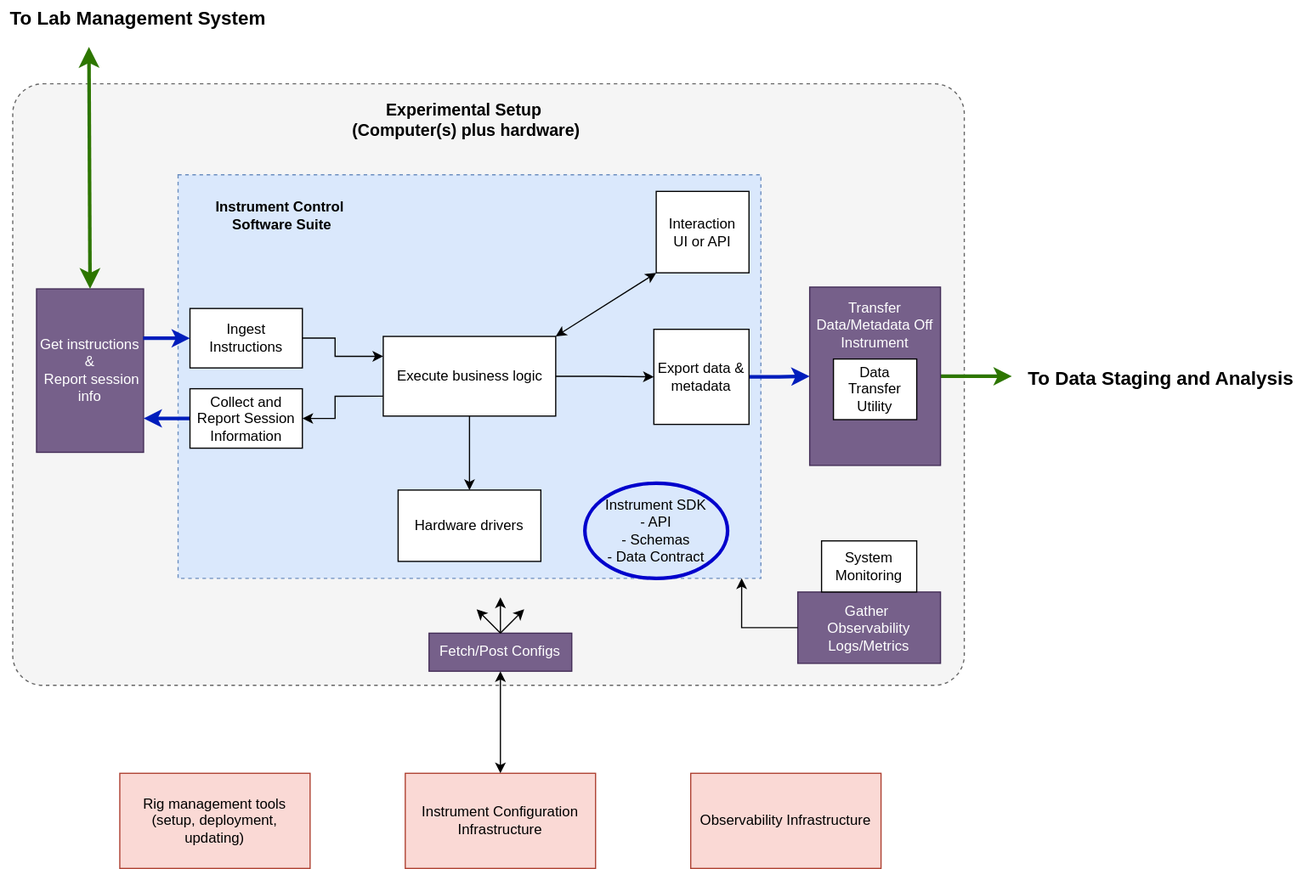
This is docs/source/diagrams/mid_level/sipe_instrument.drawio.svg from AllenNeuralDynamics/aind-software-docs, a draw.io export, as it was before one commit. Source tidied: cells renumbered, new cells last; positions are measured from the earlier drawing's top-left corner, leaving out a move shared by most shapes.
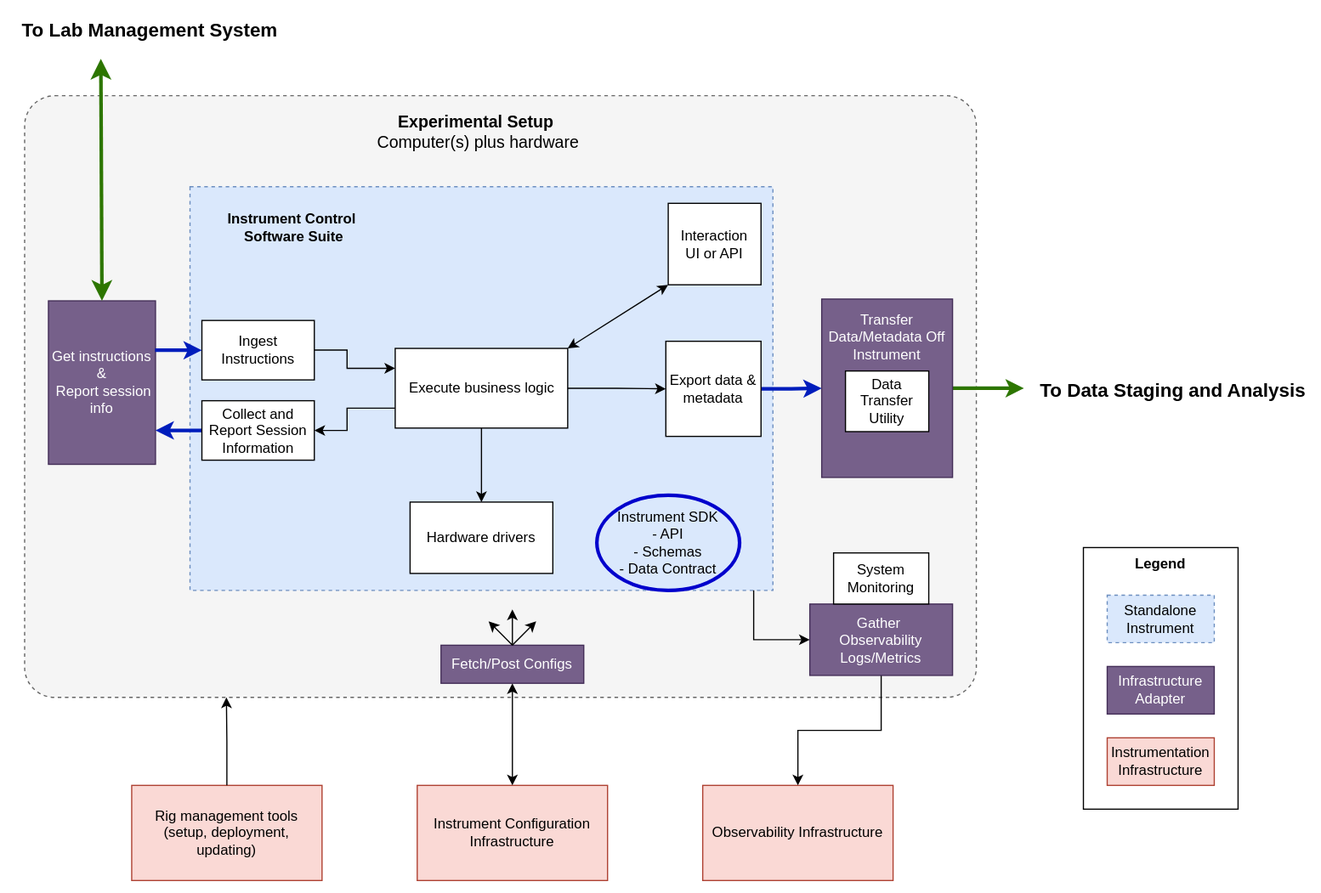
After the commit.

Commit message:
Add arrows and legend

Change to the diagram source:
```diff
@@ -61,6 +61,9 @@
     <mxCell id="17" value="Export data &amp;amp; metadata" style="whiteSpace=wrap;html=1;strokeWidth=1;" parent="1" vertex="1">
       <mxGeometry x="549" y="276.5" width="80" height="80" as="geometry" />
     </mxCell>
+    <mxCell id="41" style="edgeStyle=orthogonalEdgeStyle;rounded=0;jettySize=auto;html=1;entryX=0.5;entryY=0;entryDx=0;entryDy=0;" parent="1" edge="1" source="18" target="5">
+      <mxGeometry relative="1" as="geometry" />
+    </mxCell>
     <mxCell id="18" value="Gather&amp;nbsp;&lt;div&gt;Observability&lt;/div&gt;&lt;div&gt;Logs/Metrics&lt;/div&gt;" style="rounded=0;whiteSpace=wrap;html=1;fillColor=#76608a;fontColor=#ffffff;strokeColor=#432D57;" parent="1" vertex="1">
       <mxGeometry x="670" y="497.5" width="120" height="60" as="geometry" />
     </mxCell>
@@ -75,8 +78,8 @@
     <mxCell id="21" value="System Monitoring" style="rounded=0;whiteSpace=wrap;html=1;" parent="1" vertex="1">
       <mxGeometry x="690" y="454.5" width="80" height="43" as="geometry" />
     </mxCell>
-    <mxCell id="22" value="Experimental Setup&amp;nbsp;&lt;div style=&quot;font-size: 14px;&quot;&gt;(Computer(s) plus hardware)&lt;/div&gt;" style="text;html=1;align=center;verticalAlign=middle;strokeColor=none;fillColor=none;fontSize=14;fontStyle=1;" parent="1" vertex="1">
-      <mxGeometry x="291" y="75" width="200" height="50" as="geometry" />
+    <mxCell id="22" value="Experimental Setup&amp;nbsp;&lt;div style=&quot;font-size: 14px;&quot;&gt;&lt;span style=&quot;font-weight: normal;&quot;&gt;Computer(s) plus hardware&lt;/span&gt;&lt;/div&gt;" style="text;html=1;align=center;verticalAlign=middle;strokeColor=none;fillColor=none;fontSize=14;fontStyle=1;" parent="1" vertex="1">
+      <mxGeometry x="296" y="75" width="190" height="50" as="geometry" />
     </mxCell>
     <mxCell id="23" style="group;fillColor=none;" parent="1" vertex="1">
       <mxGeometry x="680" y="251" width="122.6" height="140" as="geometry" />
@@ -140,8 +143,23 @@
         <mxPoint x="40" y="10" as="targetPoint" />
       </mxGeometry>
     </mxCell>
-    <mxCell id="40" style="edgeStyle=orthogonalEdgeStyle;rounded=0;jettySize=auto;html=1;entryX=0.967;entryY=1;entryDx=0;entryDy=0;entryPerimeter=0;" parent="1" edge="1" source="18" target="7">
+    <mxCell id="40" style="edgeStyle=orthogonalEdgeStyle;rounded=0;jettySize=auto;html=1;entryX=0.967;entryY=1;entryDx=0;entryDy=0;entryPerimeter=0;startArrow=classic;startFill=1;endArrow=none;endFill=0;" parent="1" edge="1" source="18" target="7">
       <mxGeometry relative="1" as="geometry" />
     </mxCell>
+    <mxCell id="42" style="edgeStyle=orthogonalEdgeStyle;rounded=0;jettySize=auto;html=1;entryX=0.212;entryY=1;entryDx=0;entryDy=0;entryPerimeter=0;" parent="1" edge="1" source="31" target="2">
+      <mxGeometry relative="1" as="geometry" />
+    </mxCell>
+    <mxCell id="43" value="&lt;b&gt;Legend&lt;/b&gt;" style="rounded=0;whiteSpace=wrap;html=1;verticalAlign=top;" parent="1" vertex="1">
+      <mxGeometry x="900" y="450" width="130" height="220" as="geometry" />
+    </mxCell>
+    <mxCell id="44" value="Infrastructure Adapter" style="rounded=0;whiteSpace=wrap;html=1;fillColor=#76608a;fontColor=#ffffff;strokeColor=#432D57;" parent="1" vertex="1">
+      <mxGeometry x="920" y="550" width="90" height="40" as="geometry" />
+    </mxCell>
+    <mxCell id="45" value="Standalone Instrument" style="rounded=0;whiteSpace=wrap;html=1;dashed=1;fillColor=#dae8fc;strokeColor=#6c8ebf;" parent="1" vertex="1">
+      <mxGeometry x="920" y="490" width="90" height="40" as="geometry" />
+    </mxCell>
+    <mxCell id="46" value="Instrumentation Infrastructure" style="rounded=0;whiteSpace=wrap;html=1;fillColor=#fad9d5;strokeColor=#ae4132;" parent="1" vertex="1">
+      <mxGeometry x="920" y="610" width="90" height="40" as="geometry" />
+    </mxCell>
   </root>
 </mxGraphModel>
```
